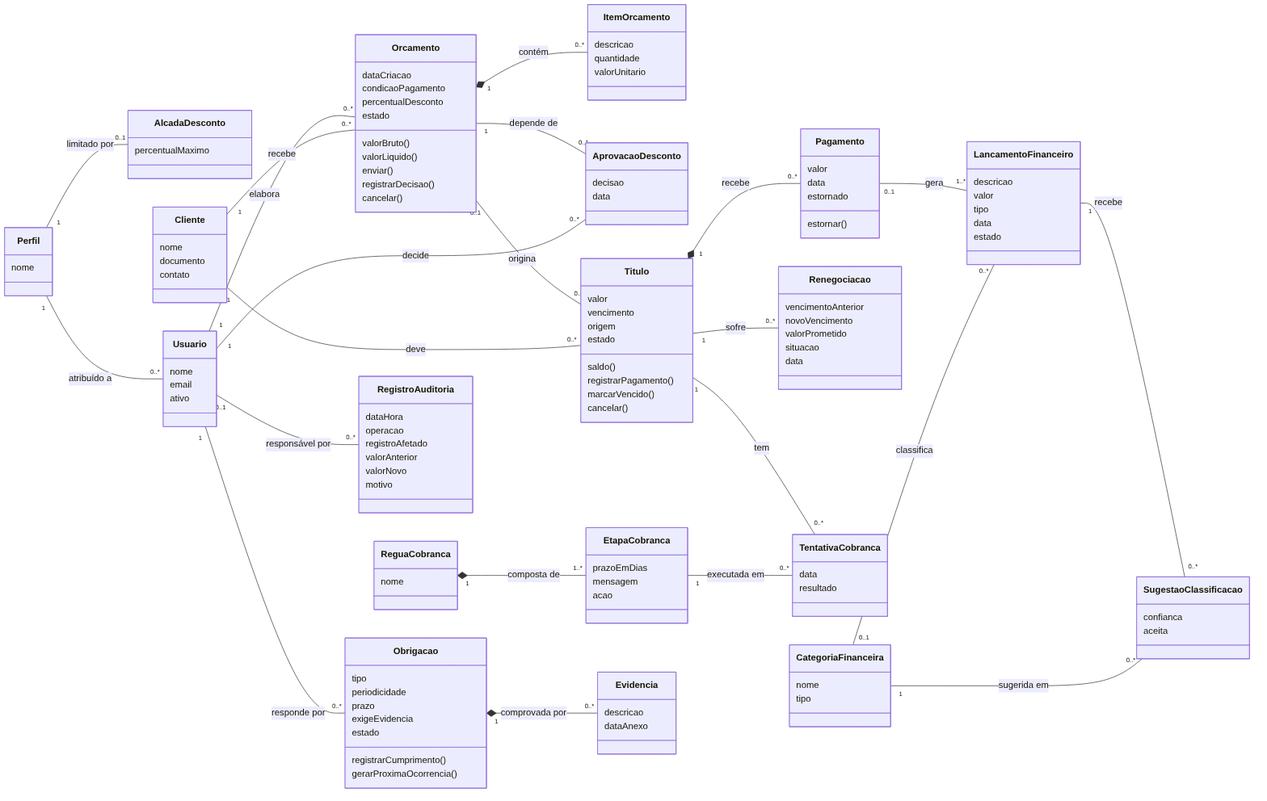
Earlier version of the Mermaid export docs/uml/dominio-v2.png (pedroguerra0603/Projeto_RemindMe). Its source is kept beside it as docs/uml/dominio-v2.mmd. Source of this version:
```mermaid
classDiagram
    direction LR

    class Perfil {
        nome
    }
    class AlcadaDesconto {
        percentualMaximo
    }
    class Usuario {
        nome
        email
        ativo
    }
    class Cliente {
        nome
        documento
        contato
    }
    class Orcamento {
        dataCriacao
        condicaoPagamento
        percentualDesconto
        estado
        valorBruto()
        valorLiquido()
        enviar()
        registrarDecisao()
        cancelar()
    }
    class ItemOrcamento {
        descricao
        quantidade
        valorUnitario
    }
    class AprovacaoDesconto {
        decisao
        data
    }
    class Titulo {
        valor
        vencimento
        origem
        estado
        saldo()
        registrarPagamento()
        marcarVencido()
        cancelar()
    }
    class Pagamento {
        valor
        data
        estornado
        estornar()
    }
    class Renegociacao {
        vencimentoAnterior
        novoVencimento
        valorPrometido
        situacao
        data
    }
    class ReguaCobranca {
        nome
    }
    class EtapaCobranca {
        prazoEmDias
        mensagem
        acao
    }
    class TentativaCobranca {
        data
        resultado
    }
    class Obrigacao {
        tipo
        periodicidade
        prazo
        exigeEvidencia
        estado
        registrarCumprimento()
        gerarProximaOcorrencia()
    }
    class Evidencia {
        descricao
        dataAnexo
    }
    class LancamentoFinanceiro {
        descricao
        valor
        tipo
        data
        estado
    }
    class CategoriaFinanceira {
        nome
        tipo
    }
    class SugestaoClassificacao {
        confianca
        aceita
    }
    class RegistroAuditoria {
        dataHora
        operacao
        registroAfetado
        valorAnterior
        valorNovo
        motivo
    }

    Perfil "1" -- "0..*" Usuario : atribuído a
    Perfil "1" -- "0..1" AlcadaDesconto : limitado por
    Usuario "1" -- "0..*" Orcamento : elabora
    Cliente "1" -- "0..*" Orcamento : recebe
    Orcamento "1" *-- "0..*" ItemOrcamento : contém
    Orcamento "1" -- "0..1" AprovacaoDesconto : depende de
    Usuario "1" -- "0..*" AprovacaoDesconto : decide
    Orcamento "0..1" -- "0..1" Titulo : origina
    Cliente "1" -- "0..*" Titulo : deve
    Titulo "1" *-- "0..*" Pagamento : recebe
    Titulo "1" -- "0..*" Renegociacao : sofre
    ReguaCobranca "1" *-- "1..*" EtapaCobranca : composta de
    Titulo "1" -- "0..*" TentativaCobranca : tem
    EtapaCobranca "1" -- "0..*" TentativaCobranca : executada em
    Usuario "1" -- "0..*" Obrigacao : responde por
    Obrigacao "1" *-- "0..*" Evidencia : comprovada por
    Pagamento "0..1" -- "1..*" LancamentoFinanceiro : gera
    CategoriaFinanceira "0..1" -- "0..*" LancamentoFinanceiro : classifica
    LancamentoFinanceiro "1" -- "0..*" SugestaoClassificacao : recebe
    CategoriaFinanceira "1" -- "0..*" SugestaoClassificacao : sugerida em
    Usuario "0..1" -- "0..*" RegistroAuditoria : responsável por
```
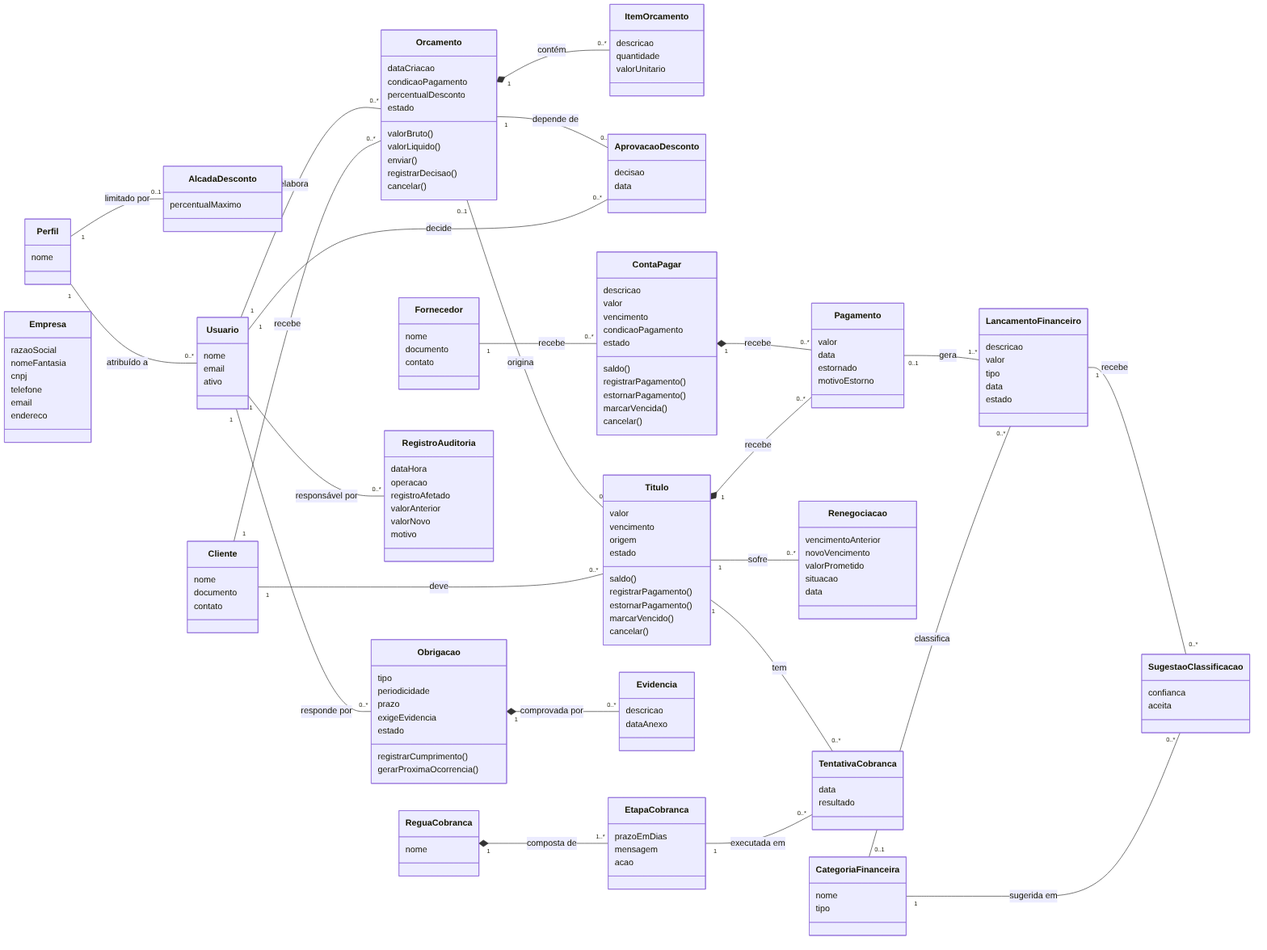
Above is the later version.

Commit message:
docs: inclui Fornecedor, ContaPagar e Empresa no modelo de domínio

Diff of the diagram source:
```diff
@@ -44,6 +44,7 @@
         estado
         saldo()
         registrarPagamento()
+        estornarPagamento()
         marcarVencido()
         cancelar()
     }
@@ -51,7 +52,7 @@
         valor
         data
         estornado
-        estornar()
+        motivoEstorno
     }
     class Renegociacao {
         vencimentoAnterior
@@ -108,6 +109,31 @@
         valorNovo
         motivo
     }
+    class Fornecedor {
+        nome
+        documento
+        contato
+    }
+    class ContaPagar {
+        descricao
+        valor
+        vencimento
+        condicaoPagamento
+        estado
+        saldo()
+        registrarPagamento()
+        estornarPagamento()
+        marcarVencida()
+        cancelar()
+    }
+    class Empresa {
+        razaoSocial
+        nomeFantasia
+        cnpj
+        telefone
+        email
+        endereco
+    }
 
     Perfil "1" -- "0..*" Usuario : atribuído a
     Perfil "1" -- "0..1" AlcadaDesconto : limitado por
@@ -118,6 +144,8 @@
     Usuario "1" -- "0..*" AprovacaoDesconto : decide
     Orcamento "0..1" -- "0..1" Titulo : origina
     Cliente "1" -- "0..*" Titulo : deve
+    Fornecedor "1" -- "0..*" ContaPagar : recebe
+    ContaPagar "1" *-- "0..*" Pagamento : recebe
     Titulo "1" *-- "0..*" Pagamento : recebe
     Titulo "1" -- "0..*" Renegociacao : sofre
     ReguaCobranca "1" *-- "1..*" EtapaCobranca : composta de
```
